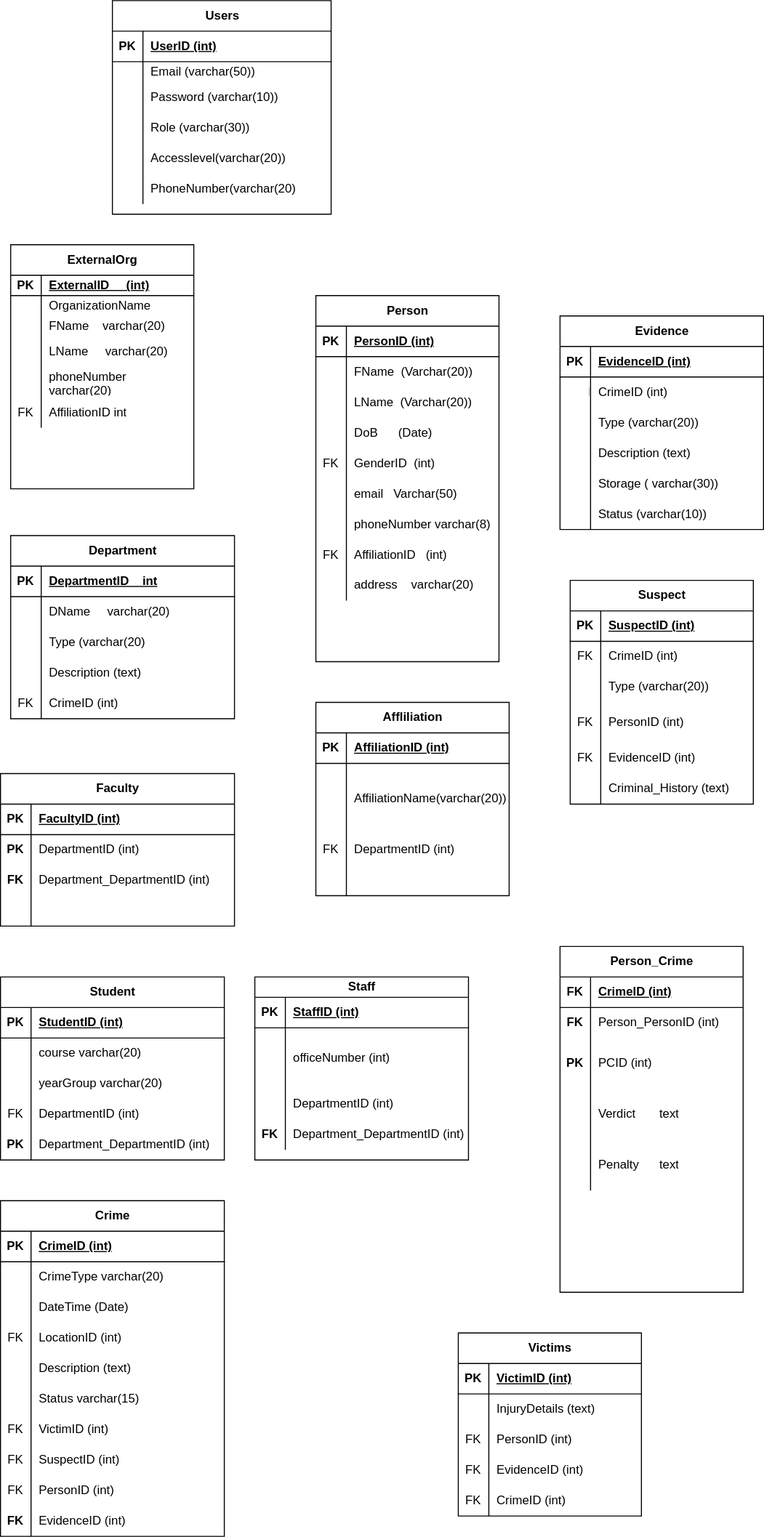
Priscile2/Diagrams keeps this draw.io diagram as Untitled Diagram.drawio.svg. Above is the earlier version. Source tidied: cells renumbered, new cells last; positions are measured from the earlier drawing's top-left corner, leaving out a move shared by most shapes.
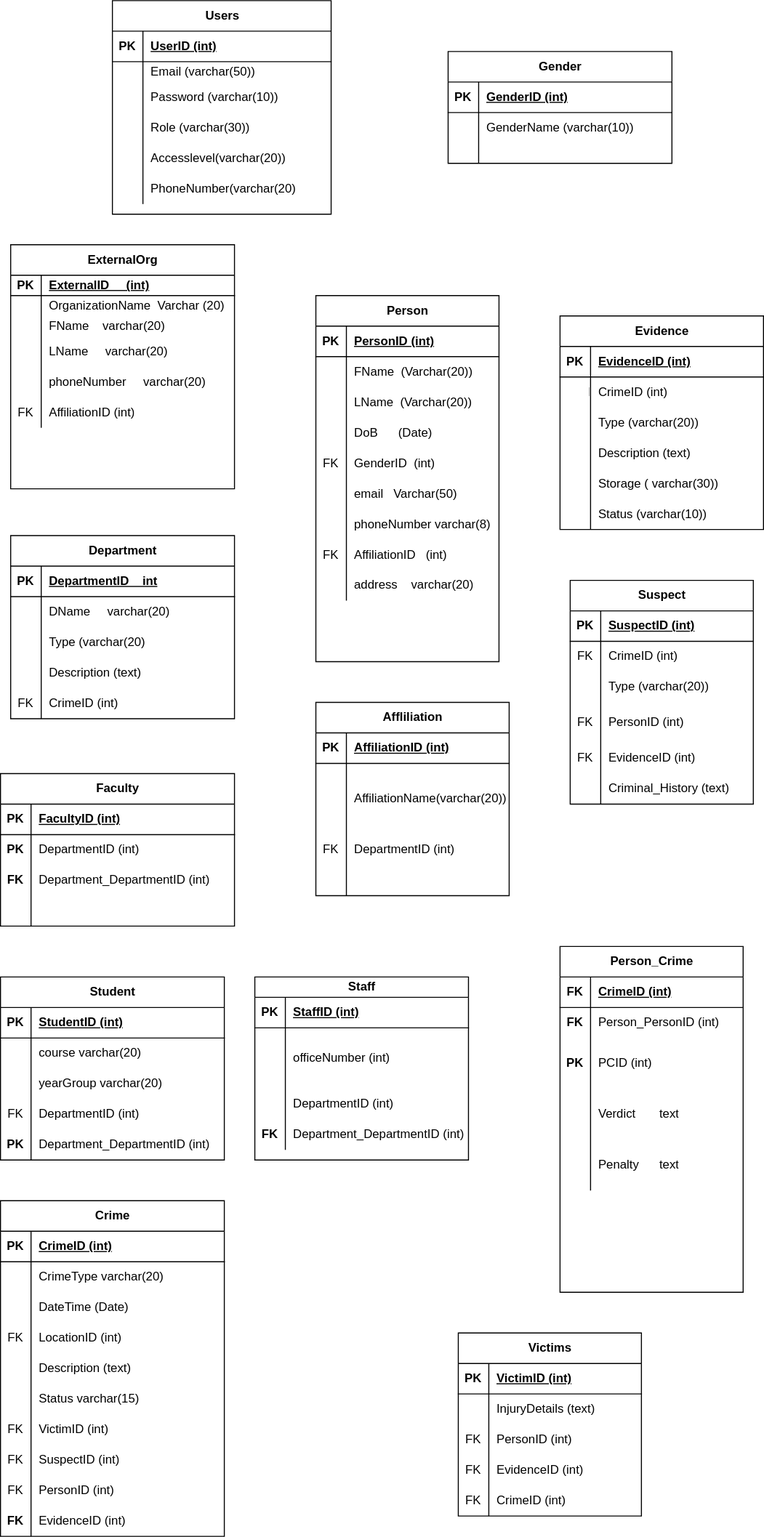
After the change.

Change to the diagram source:
```diff
@@ -462,61 +462,61 @@
       <mxGeometry x="30" width="190" height="30" as="geometry" />
     </mxCell>
     <mxCell id="155" value="ExternalOrg" style="shape=table;startSize=30;rowLines=0;fontStyle=1;align=center;html=1;" parent="1" vertex="1">
-      <mxGeometry x="10" y="240" width="180" height="240" as="geometry" />
+      <mxGeometry x="10" y="240" width="220" height="240" as="geometry" />
     </mxCell>
     <mxCell id="156" style="shape=tableRow;horizontal=0;startSize=0;swimlaneHead=0;swimlaneBody=0;fillColor=none;top=0;left=0;right=0;bottom=1;" parent="155" vertex="1">
-      <mxGeometry y="30" width="180" height="20" as="geometry" />
+      <mxGeometry y="30" width="220" height="20" as="geometry" />
     </mxCell>
     <mxCell id="157" value="PK" style="shape=partialRectangle;fillColor=none;top=0;left=0;bottom=0;right=0;fontStyle=1;overflow=hidden;whiteSpace=wrap;html=1;" parent="156" vertex="1">
       <mxGeometry width="30" height="20" as="geometry" />
     </mxCell>
     <mxCell id="158" value="ExternalID &amp;nbsp; &amp;nbsp; (int)" style="shape=partialRectangle;fillColor=none;top=0;left=0;bottom=0;right=0;align=left;spacingLeft=6;fontStyle=5;overflow=hidden;whiteSpace=wrap;html=1;" parent="156" vertex="1">
-      <mxGeometry x="30" width="150" height="20" as="geometry" />
+      <mxGeometry x="30" width="190" height="20" as="geometry" />
     </mxCell>
     <mxCell id="159" style="shape=tableRow;horizontal=0;startSize=0;swimlaneHead=0;swimlaneBody=0;fillColor=none;top=0;left=0;right=0;bottom=0;" parent="155" vertex="1">
-      <mxGeometry y="50" width="180" height="20" as="geometry" />
+      <mxGeometry y="50" width="220" height="20" as="geometry" />
     </mxCell>
     <mxCell id="160" style="shape=partialRectangle;fillColor=none;top=0;left=0;bottom=0;right=0;overflow=hidden;whiteSpace=wrap;html=1;" parent="159" vertex="1">
       <mxGeometry width="30" height="20" as="geometry" />
     </mxCell>
     <mxCell id="161" value="OrganizationName &amp;nbsp;Varchar (20)" style="shape=partialRectangle;fillColor=none;top=0;left=0;bottom=0;right=0;align=left;spacingLeft=6;overflow=hidden;whiteSpace=wrap;html=1;" parent="159" vertex="1">
-      <mxGeometry x="30" width="150" height="20" as="geometry" />
+      <mxGeometry x="30" width="190" height="20" as="geometry" />
     </mxCell>
     <mxCell id="162" style="shape=tableRow;horizontal=0;startSize=0;swimlaneHead=0;swimlaneBody=0;fillColor=none;top=0;left=0;right=0;bottom=0;" parent="155" vertex="1">
-      <mxGeometry y="70" width="180" height="20" as="geometry" />
+      <mxGeometry y="70" width="220" height="20" as="geometry" />
     </mxCell>
     <mxCell id="163" style="shape=partialRectangle;fillColor=none;top=0;left=0;bottom=0;right=0;overflow=hidden;whiteSpace=wrap;html=1;" parent="162" vertex="1">
       <mxGeometry width="30" height="20" as="geometry" />
     </mxCell>
     <mxCell id="164" value="FName &amp;nbsp; &amp;nbsp;varchar(20)" style="shape=partialRectangle;fillColor=none;top=0;left=0;bottom=0;right=0;align=left;spacingLeft=6;overflow=hidden;whiteSpace=wrap;html=1;" parent="162" vertex="1">
-      <mxGeometry x="30" width="150" height="20" as="geometry" />
+      <mxGeometry x="30" width="190" height="20" as="geometry" />
     </mxCell>
     <mxCell id="165" style="shape=tableRow;horizontal=0;startSize=0;swimlaneHead=0;swimlaneBody=0;fillColor=none;top=0;left=0;right=0;bottom=0;" parent="155" vertex="1">
-      <mxGeometry y="90" width="180" height="30" as="geometry" />
+      <mxGeometry y="90" width="220" height="30" as="geometry" />
     </mxCell>
     <mxCell id="166" style="shape=partialRectangle;fillColor=none;top=0;left=0;bottom=0;right=0;overflow=hidden;whiteSpace=wrap;html=1;" parent="165" vertex="1">
       <mxGeometry width="30" height="30" as="geometry" />
     </mxCell>
     <mxCell id="167" value="LName &amp;nbsp; &amp;nbsp; varchar(20)" style="shape=partialRectangle;fillColor=none;top=0;left=0;bottom=0;right=0;align=left;spacingLeft=6;overflow=hidden;whiteSpace=wrap;html=1;" parent="165" vertex="1">
-      <mxGeometry x="30" width="150" height="30" as="geometry" />
+      <mxGeometry x="30" width="190" height="30" as="geometry" />
     </mxCell>
     <mxCell id="168" style="shape=tableRow;horizontal=0;startSize=0;swimlaneHead=0;swimlaneBody=0;fillColor=none;top=0;left=0;right=0;bottom=0;" parent="155" vertex="1">
-      <mxGeometry y="120" width="180" height="30" as="geometry" />
+      <mxGeometry y="120" width="220" height="30" as="geometry" />
     </mxCell>
     <mxCell id="169" style="shape=partialRectangle;fillColor=none;top=0;left=0;bottom=0;right=0;overflow=hidden;whiteSpace=wrap;html=1;" parent="168" vertex="1">
       <mxGeometry width="30" height="30" as="geometry" />
     </mxCell>
     <mxCell id="170" value="phoneNumber &amp;nbsp; &amp;nbsp; varchar(20)" style="shape=partialRectangle;fillColor=none;top=0;left=0;bottom=0;right=0;align=left;spacingLeft=6;overflow=hidden;whiteSpace=wrap;html=1;" parent="168" vertex="1">
-      <mxGeometry x="30" width="150" height="30" as="geometry" />
+      <mxGeometry x="30" width="190" height="30" as="geometry" />
     </mxCell>
     <mxCell id="171" style="shape=tableRow;horizontal=0;startSize=0;swimlaneHead=0;swimlaneBody=0;fillColor=none;top=0;left=0;right=0;bottom=0;" parent="155" vertex="1">
-      <mxGeometry y="150" width="180" height="30" as="geometry" />
+      <mxGeometry y="150" width="220" height="30" as="geometry" />
     </mxCell>
     <mxCell id="172" value="FK" style="shape=partialRectangle;fillColor=none;top=0;left=0;bottom=0;right=0;overflow=hidden;whiteSpace=wrap;html=1;" parent="171" vertex="1">
       <mxGeometry width="30" height="30" as="geometry" />
     </mxCell>
-    <mxCell id="173" value="AffiliationID int" style="shape=partialRectangle;fillColor=none;top=0;left=0;bottom=0;right=0;align=left;spacingLeft=6;overflow=hidden;whiteSpace=wrap;html=1;" parent="171" vertex="1">
-      <mxGeometry x="30" width="150" height="30" as="geometry" />
+    <mxCell id="173" value="AffiliationID (int)" style="shape=partialRectangle;fillColor=none;top=0;left=0;bottom=0;right=0;align=left;spacingLeft=6;overflow=hidden;whiteSpace=wrap;html=1;" parent="171" vertex="1">
+      <mxGeometry x="30" width="190" height="30" as="geometry" />
     </mxCell>
     <mxCell id="174" value="Users" style="shape=table;startSize=30;rowLines=0;fontStyle=1;align=center;html=1;" parent="1" vertex="1">
       <mxGeometry x="110" width="215" height="210" as="geometry" />
@@ -716,5 +716,35 @@
     <mxCell id="239" value="CrimeID (int)" style="shape=partialRectangle;fillColor=none;top=0;left=0;bottom=0;right=0;align=left;spacingLeft=6;overflow=hidden;whiteSpace=wrap;html=1;" parent="237" vertex="1">
       <mxGeometry x="30" width="150" height="30" as="geometry" />
     </mxCell>
+    <mxCell id="240" value="Gender" style="shape=table;startSize=30;rowLines=0;fontStyle=1;align=center;html=1;" parent="1" vertex="1">
+      <mxGeometry x="440" y="50" width="220" height="110" as="geometry" />
+    </mxCell>
+    <mxCell id="241" style="shape=tableRow;horizontal=0;startSize=0;swimlaneHead=0;swimlaneBody=0;fillColor=none;top=0;left=0;right=0;bottom=1;" parent="240" vertex="1">
+      <mxGeometry y="30" width="220" height="30" as="geometry" />
+    </mxCell>
+    <mxCell id="242" value="PK" style="shape=partialRectangle;fillColor=none;top=0;left=0;bottom=0;right=0;fontStyle=1;overflow=hidden;whiteSpace=wrap;html=1;" parent="241" vertex="1">
+      <mxGeometry width="30" height="30" as="geometry" />
+    </mxCell>
+    <mxCell id="243" value="GenderID (int)" style="shape=partialRectangle;fillColor=none;top=0;left=0;bottom=0;right=0;align=left;spacingLeft=6;fontStyle=5;overflow=hidden;whiteSpace=wrap;html=1;" parent="241" vertex="1">
+      <mxGeometry x="30" width="190" height="30" as="geometry" />
+    </mxCell>
+    <mxCell id="244" style="shape=tableRow;horizontal=0;startSize=0;swimlaneHead=0;swimlaneBody=0;fillColor=none;top=0;left=0;right=0;bottom=0;" parent="240" vertex="1">
+      <mxGeometry y="60" width="220" height="30" as="geometry" />
+    </mxCell>
+    <mxCell id="245" style="shape=partialRectangle;fillColor=none;top=0;left=0;bottom=0;right=0;overflow=hidden;whiteSpace=wrap;html=1;" parent="244" vertex="1">
+      <mxGeometry width="30" height="30" as="geometry" />
+    </mxCell>
+    <mxCell id="246" value="GenderName (varchar(10))" style="shape=partialRectangle;fillColor=none;top=0;left=0;bottom=0;right=0;align=left;spacingLeft=6;overflow=hidden;whiteSpace=wrap;html=1;" parent="244" vertex="1">
+      <mxGeometry x="30" width="190" height="30" as="geometry" />
+    </mxCell>
+    <mxCell id="247" style="shape=tableRow;horizontal=0;startSize=0;swimlaneHead=0;swimlaneBody=0;fillColor=none;top=0;left=0;right=0;bottom=0;" parent="240" vertex="1">
+      <mxGeometry y="90" width="220" height="20" as="geometry" />
+    </mxCell>
+    <mxCell id="248" style="shape=partialRectangle;fillColor=none;top=0;left=0;bottom=0;right=0;overflow=hidden;whiteSpace=wrap;html=1;" parent="247" vertex="1">
+      <mxGeometry width="30" height="20" as="geometry" />
+    </mxCell>
+    <mxCell id="249" style="shape=partialRectangle;fillColor=none;top=0;left=0;bottom=0;right=0;align=left;spacingLeft=6;overflow=hidden;whiteSpace=wrap;html=1;" parent="247" vertex="1">
+      <mxGeometry x="30" width="190" height="20" as="geometry" />
+    </mxCell>
   </root>
 </mxGraphModel>
```
